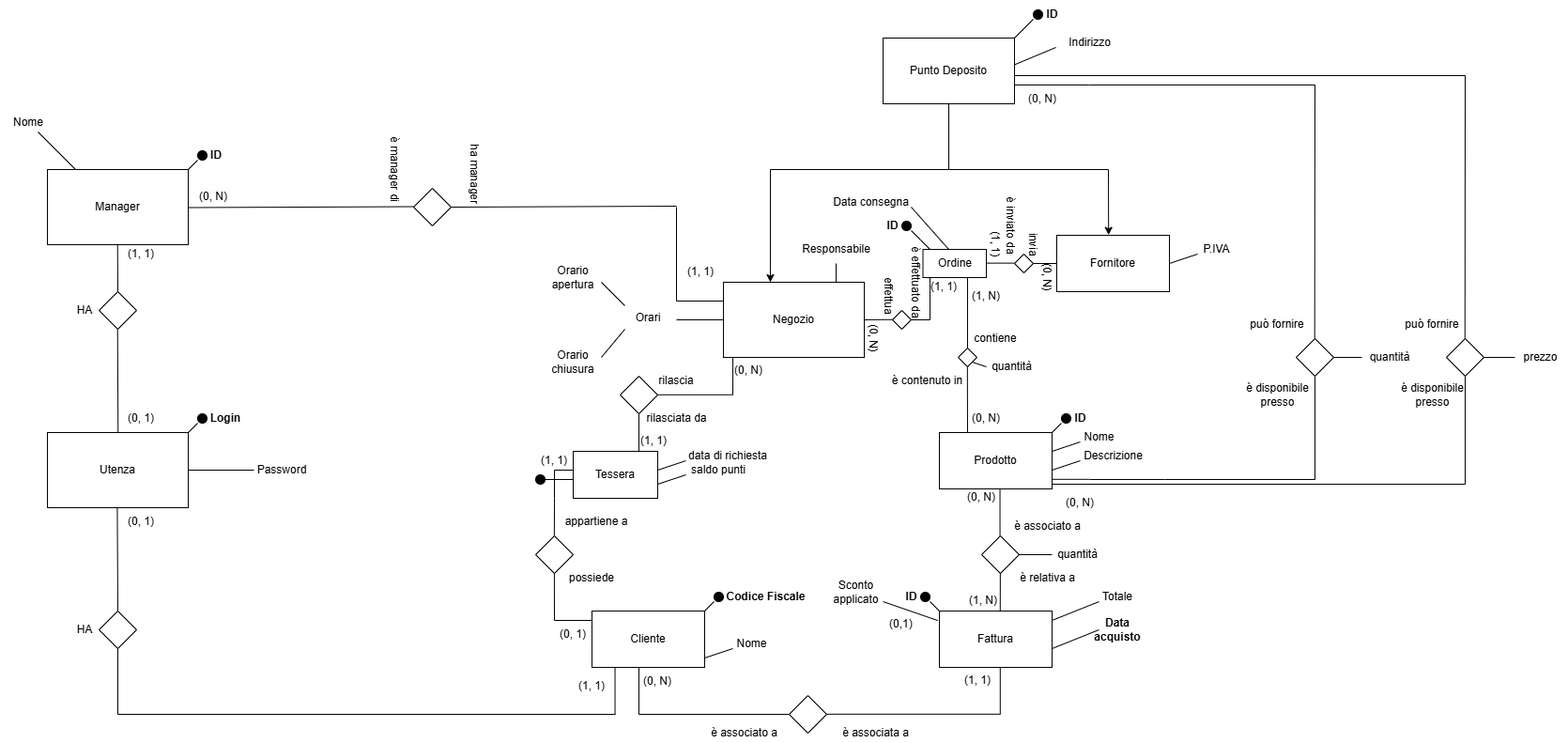
Above: docs/diagrams/schema ER (v1).png in Casne99/DB-Project (draw.io), before the change. Source tidied: cells renumbered, new cells last; positions are measured from the earlier drawing's top-left corner, leaving out a move shared by most shapes.
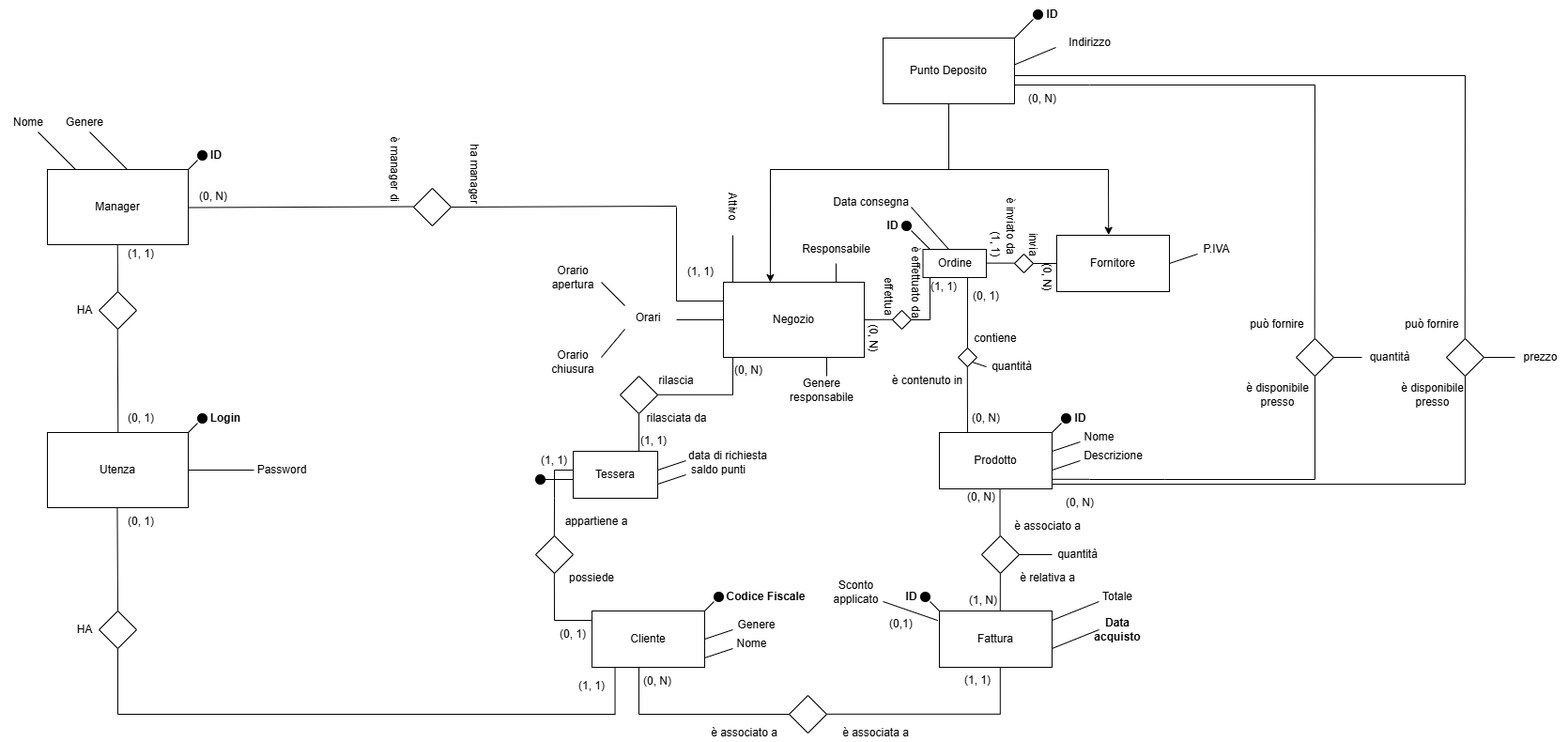
Above is the later version.

The edit, as a diff of the source:
```diff
@@ -339,7 +339,7 @@
         </Array>
       </mxGeometry>
     </mxCell>
-    <mxCell id="81" value="(1, N)" style="text;html=1;align=center;verticalAlign=middle;whiteSpace=wrap;rounded=0;" parent="1" vertex="1">
+    <mxCell id="81" value="(0, 1)" style="text;html=1;align=center;verticalAlign=middle;whiteSpace=wrap;rounded=0;" parent="1" vertex="1">
       <mxGeometry x="1020" y="300" width="60" height="30" as="geometry" />
     </mxCell>
     <mxCell id="82" value="cont&lt;span style=&quot;color: rgba(0, 0, 0, 0); font-family: monospace; font-size: 0px; text-align: start; text-wrap-mode: nowrap;&quot;&gt;%3CmxGraphModel%3E%3Croot%3E%3CmxCell%20id%3D%220%22%2F%3E%3CmxCell%20id%3D%221%22%20parent%3D%220%22%2F%3E%3CmxCell%20id%3D%222%22%20value%3D%22fornisce%22%20style%3D%22text%3Bhtml%3D1%3Balign%3Dcenter%3BverticalAlign%3Dmiddle%3BwhiteSpace%3Dwrap%3Brounded%3D0%3B%22%20vertex%3D%221%22%20parent%3D%221%22%3E%3CmxGeometry%20x%3D%22565%22%20y%3D%22110%22%20width%3D%2260%22%20height%3D%2230%22%20as%3D%22geometry%22%2F%3E%3C%2FmxCell%3E%3C%2Froot%3E%3C%2FmxGraphModel%3E&lt;/span&gt;iene" style="text;html=1;align=center;verticalAlign=middle;whiteSpace=wrap;rounded=0;" parent="1" vertex="1">
@@ -752,5 +752,40 @@
     <mxCell id="180" value="quantità" style="text;html=1;align=center;verticalAlign=middle;whiteSpace=wrap;rounded=0;" parent="1" vertex="1">
       <mxGeometry x="1125" y="575" width="45" height="30" as="geometry" />
     </mxCell>
+    <mxCell id="181" style="endArrow=none;html=1;rounded=0;" parent="1" edge="1">
+      <mxGeometry relative="1" as="geometry">
+        <mxPoint x="135" y="180" as="sourcePoint" />
+        <mxPoint x="95" y="140" as="targetPoint" />
+      </mxGeometry>
+    </mxCell>
+    <mxCell id="182" value="Genere" style="text;html=1;align=center;verticalAlign=middle;whiteSpace=wrap;rounded=0;" parent="1" vertex="1">
+      <mxGeometry x="60" y="115" width="60" height="30" as="geometry" />
+    </mxCell>
+    <mxCell id="183" style="endArrow=none;html=1;rounded=0;elbow=vertical;" parent="1" edge="1">
+      <mxGeometry relative="1" as="geometry">
+        <mxPoint x="750" y="680" as="sourcePoint" />
+        <mxPoint x="780" y="670" as="targetPoint" />
+      </mxGeometry>
+    </mxCell>
+    <mxCell id="184" value="Genere" style="text;html=1;align=center;verticalAlign=middle;strokeColor=none;fillColor=none;" parent="1" vertex="1">
+      <mxGeometry x="775" y="650" width="60" height="30" as="geometry" />
+    </mxCell>
+    <mxCell id="185" style="endArrow=none;html=1;rounded=0;" parent="1" edge="1">
+      <mxGeometry relative="1" as="geometry">
+        <mxPoint x="880" y="400" as="sourcePoint" />
+        <mxPoint x="880" y="380" as="targetPoint" />
+      </mxGeometry>
+    </mxCell>
+    <mxCell id="186" value="Genere responsabile" style="text;html=1;align=center;verticalAlign=middle;whiteSpace=wrap;rounded=0;" parent="1" vertex="1">
+      <mxGeometry x="840" y="400" width="70" height="30" as="geometry" />
+    </mxCell>
+    <mxCell id="187" style="endArrow=none;html=1;rounded=0;" parent="1" edge="1" target="188">
+      <mxGeometry relative="1" as="geometry">
+        <mxPoint x="780" y="300" as="sourcePoint" />
+      </mxGeometry>
+    </mxCell>
+    <mxCell id="188" value="Attivo" style="text;html=1;align=center;verticalAlign=middle;whiteSpace=wrap;rounded=0;rotation=90;" parent="1" vertex="1">
+      <mxGeometry x="750" y="205" width="60" height="30" as="geometry" />
+    </mxCell>
   </root>
 </mxGraphModel>
```
